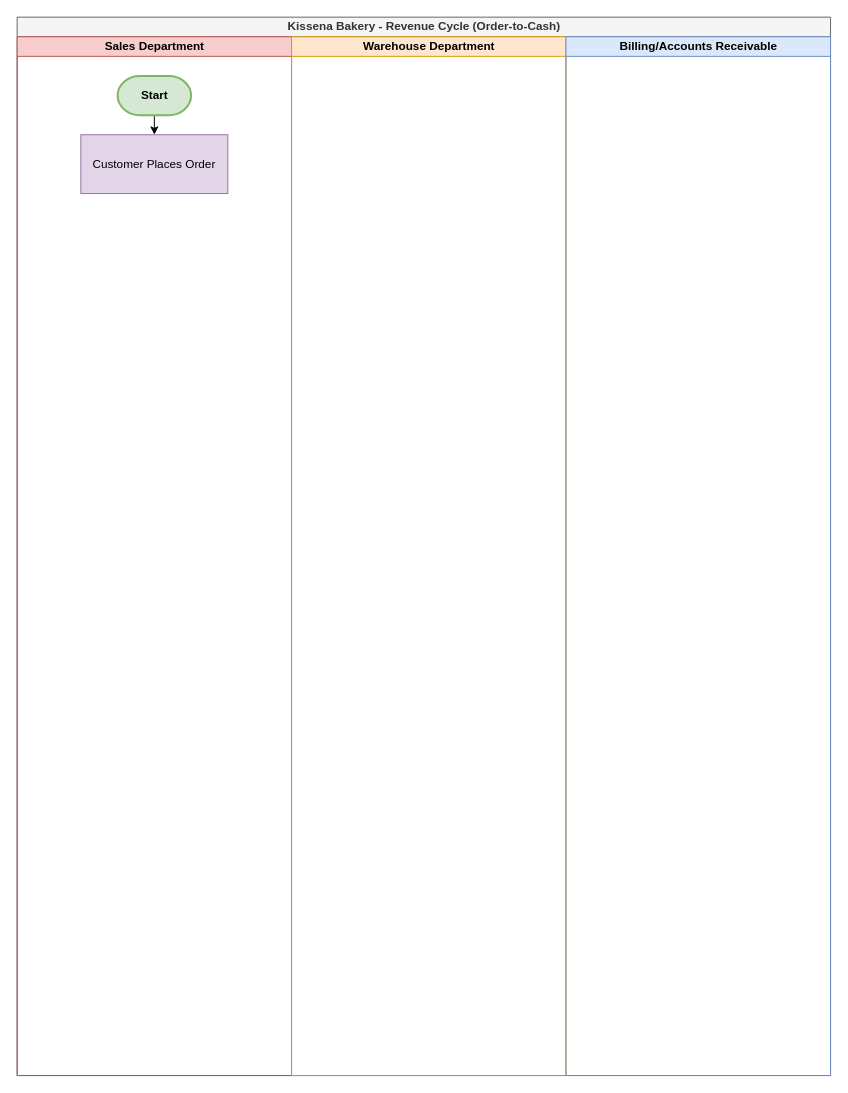
TabeerSajjad0/drawio keeps this draw.io diagram as Revenue_Cycle_Controls.drawio. Above is the earlier version. Source tidied: cells renumbered, new cells numbered last; positions are measured from the earlier drawing's top-left corner, leaving out a move shared by most shapes. Both pictures are drawn from the tidied source at 98%, with x=0, y=0 at pixel (17, 17).
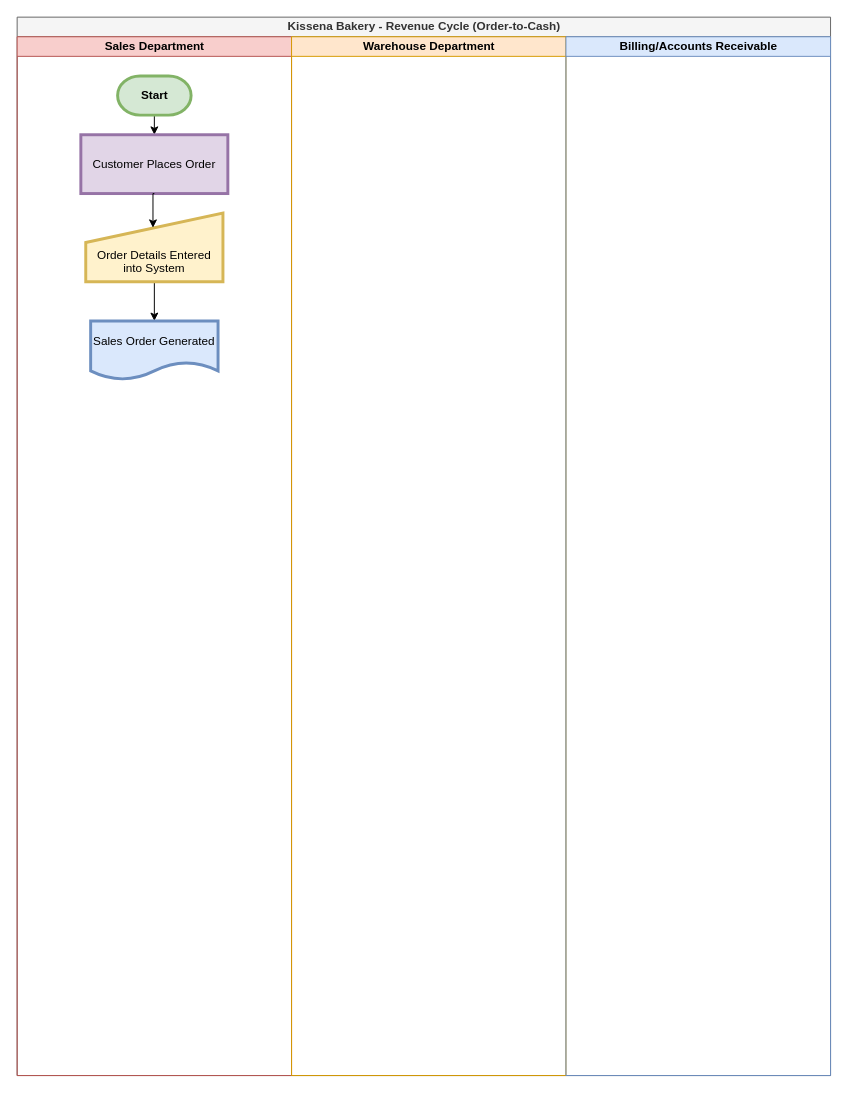
Above is the later version.

The edit, as a diff of the source:
```diff
@@
 <mxGraphModel>
   <root>
     <mxCell id="0" />
     <mxCell id="1" parent="0" />
     <mxCell id="2" value="Kissena Bakery - Revenue Cycle (Order-to-Cash)" style="swimlane;startSize=20;html=1;fillColor=#f5f5f5;fontColor=#333333;strokeColor=#666666;" parent="1" vertex="1">
       <mxGeometry width="830" height="1080" as="geometry" />
     </mxCell>
     <mxCell id="3" value="Sales Department" style="swimlane;startSize=20;html=1;fillColor=#f8cecc;strokeColor=#b85450;" parent="2" vertex="1">
       <mxGeometry y="20" width="280" height="1060" as="geometry" />
     </mxCell>
     <mxCell id="4" style="edgeStyle=orthogonalEdgeStyle;rounded=0;jettySize=auto;html=1;exitX=0.5;exitY=1;exitDx=0;exitDy=0;exitPerimeter=0;entryX=0.5;entryY=0;entryDx=0;entryDy=0;" parent="3" edge="1" source="5" target="6">
       <mxGeometry relative="1" as="geometry" />
     </mxCell>
-    <mxCell id="5" value="Start" style="strokeWidth=2;html=1;shape=mxgraph.flowchart.terminator;whiteSpace=wrap;fontStyle=1;fillColor=#d5e8d4;strokeColor=#82b366;" parent="3" vertex="1">
+    <mxCell id="5" value="Start" style="strokeWidth=3;html=1;shape=mxgraph.flowchart.terminator;whiteSpace=wrap;fontStyle=1;fillColor=#d5e8d4;strokeColor=#82b366;" parent="3" vertex="1">
       <mxGeometry x="102.5" y="40" width="75" height="40" as="geometry" />
     </mxCell>
-    <mxCell id="6" value="Customer Places Order" style="rounded=0;whiteSpace=wrap;html=1;fillColor=#e1d5e7;strokeColor=#9673a6;" parent="3" vertex="1">
+    <mxCell id="6" value="Customer Places Order" style="rounded=0;whiteSpace=wrap;html=1;fillColor=#e1d5e7;strokeColor=#9673a6;strokeWidth=3;" parent="3" vertex="1">
       <mxGeometry x="65" y="100" width="150" height="60" as="geometry" />
     </mxCell>
+    <mxCell id="9" style="edgeStyle=orthogonalEdgeStyle;rounded=0;jettySize=auto;html=1;exitX=0.5;exitY=1;exitDx=0;exitDy=0;entryX=0.5;entryY=0;entryDx=0;entryDy=0;" parent="3" edge="1" source="10" target="12">
+      <mxGeometry relative="1" as="geometry" />
+    </mxCell>
+    <mxCell id="10" value="&lt;br&gt;&lt;br&gt;Order Details Entered into System" style="shape=manualInput;whiteSpace=wrap;html=1;fillColor=#fff2cc;strokeColor=#d6b656;strokeWidth=3;" parent="3" vertex="1">
+      <mxGeometry x="70" y="180" width="140" height="70" as="geometry" />
+    </mxCell>
+    <mxCell id="11" style="edgeStyle=orthogonalEdgeStyle;rounded=0;jettySize=auto;html=1;exitX=0.5;exitY=1;exitDx=0;exitDy=0;entryX=0.49;entryY=0.213;entryDx=0;entryDy=0;entryPerimeter=0;" parent="3" edge="1" source="6" target="10">
+      <mxGeometry relative="1" as="geometry" />
+    </mxCell>
+    <mxCell id="12" value="Sales Order Generated" style="shape=document;whiteSpace=wrap;html=1;boundedLbl=1;strokeWidth=3;fillColor=#dae8fc;strokeColor=#6c8ebf;" parent="3" vertex="1">
+      <mxGeometry x="75" y="290" width="130" height="60" as="geometry" />
+    </mxCell>
     <mxCell id="7" value="Warehouse Department" style="swimlane;startSize=20;html=1;fillColor=#ffe6cc;strokeColor=#d79b00;" parent="2" vertex="1">
       <mxGeometry x="280" y="20" width="280" height="1060" as="geometry" />
     </mxCell>
     <mxCell id="8" value="Billing/Accounts Receivable" style="swimlane;startSize=20;html=1;fillColor=#dae8fc;strokeColor=#6c8ebf;" parent="2" vertex="1">
       <mxGeometry x="560" y="20" width="270" height="1060" as="geometry" />
     </mxCell>
   </root>
 </mxGraphModel>
```
